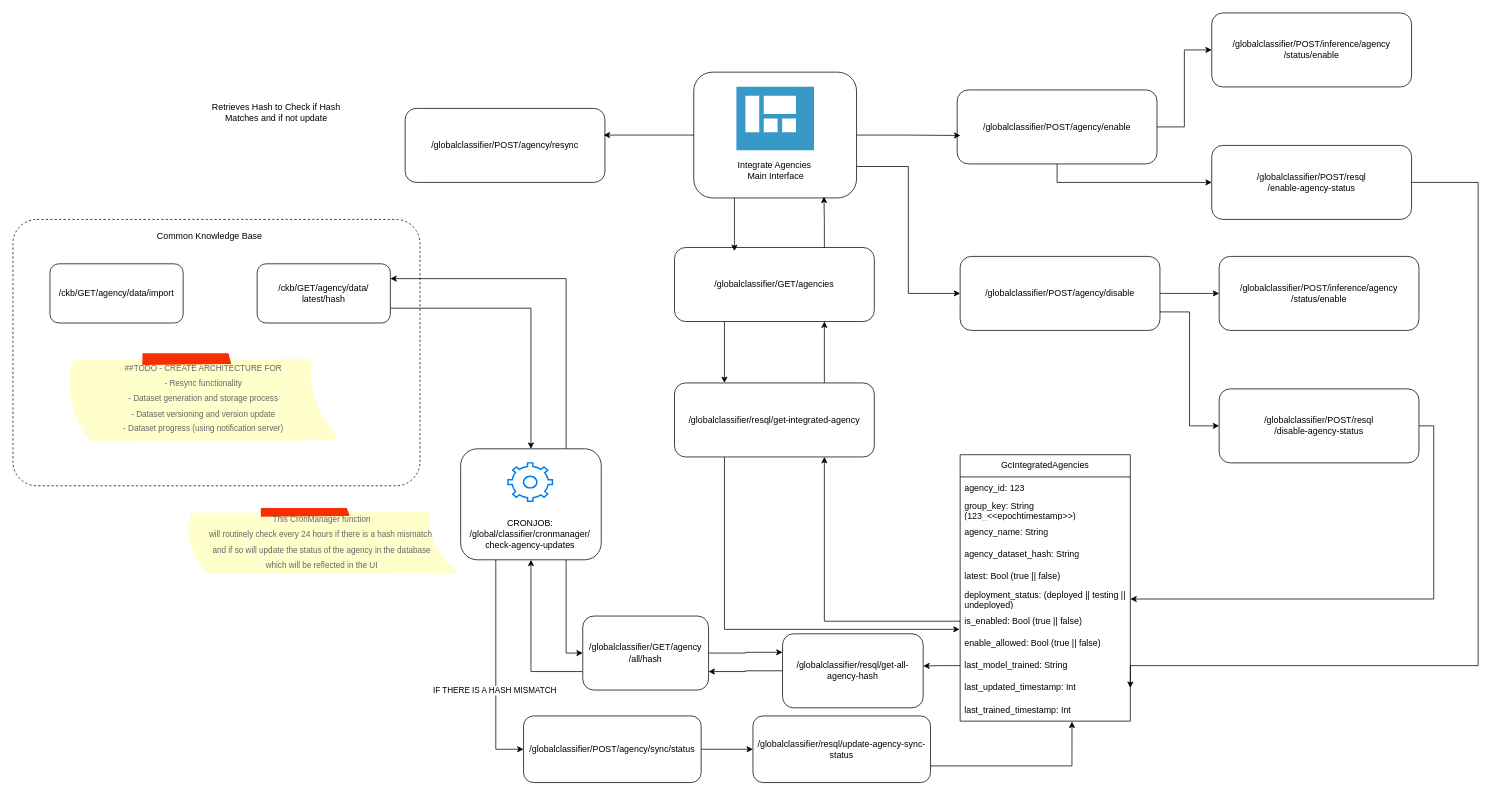
ckittask/Global-Classifier keeps this draw.io diagram as page "Page-2" (2 of 5) of docs/achitecture/global-classifier-dataset-pipeline-architecture -v2.drawio. Above is the earlier version. Source tidied: cells renumbered, new cells numbered last; positions are measured from the earlier drawing's top-left corner, leaving out a move shared by most shapes. Both pictures are drawn from the tidied source at 74%, with x=0, y=0 at pixel (13, 13).
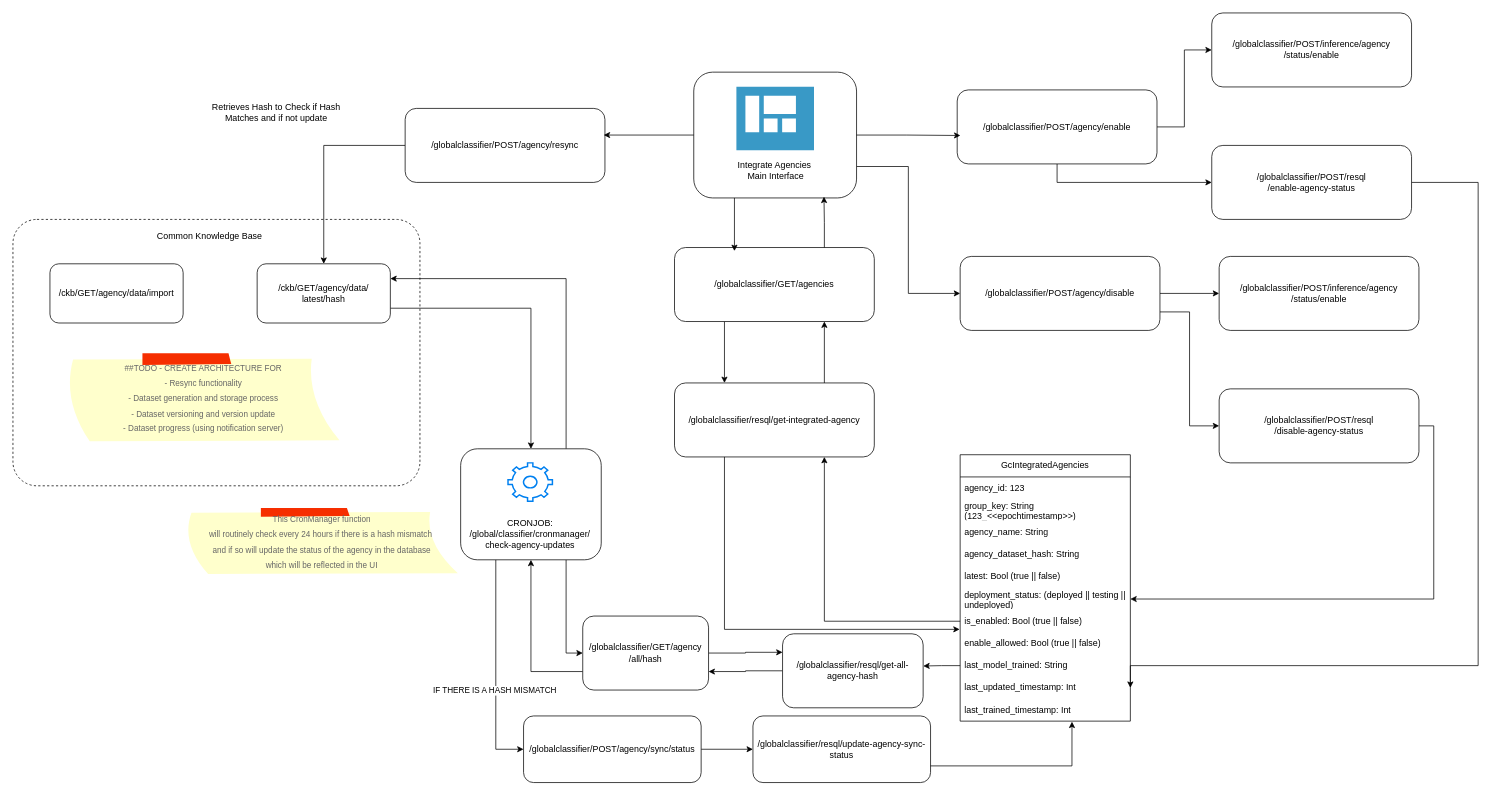
Above is the later version.

The change refers to these unchanged cells:
```xml
<mxCell id="39" value="/globalclassifier/POST/agency/resync" style="rounded=1;whiteSpace=wrap;html=1;" parent="1" vertex="1">
  <mxGeometry x="530" y="129" width="270" height="100" as="geometry" />
</mxCell>
<mxCell id="43" value="/ckb/GET/agency/data/&lt;div&gt;latest/hash&lt;/div&gt;" style="rounded=1;whiteSpace=wrap;html=1;" parent="1" vertex="1">
  <mxGeometry x="330" y="339" width="180" height="80" as="geometry" />
</mxCell>
```

The edit, as a diff of the source:
```diff
@@
+    <mxCell id="66" style="edgeStyle=orthogonalEdgeStyle;rounded=0;jettySize=auto;html=1;" parent="1" edge="1" source="39" target="43">
+      <mxGeometry relative="1" as="geometry" />
+    </mxCell>
```
